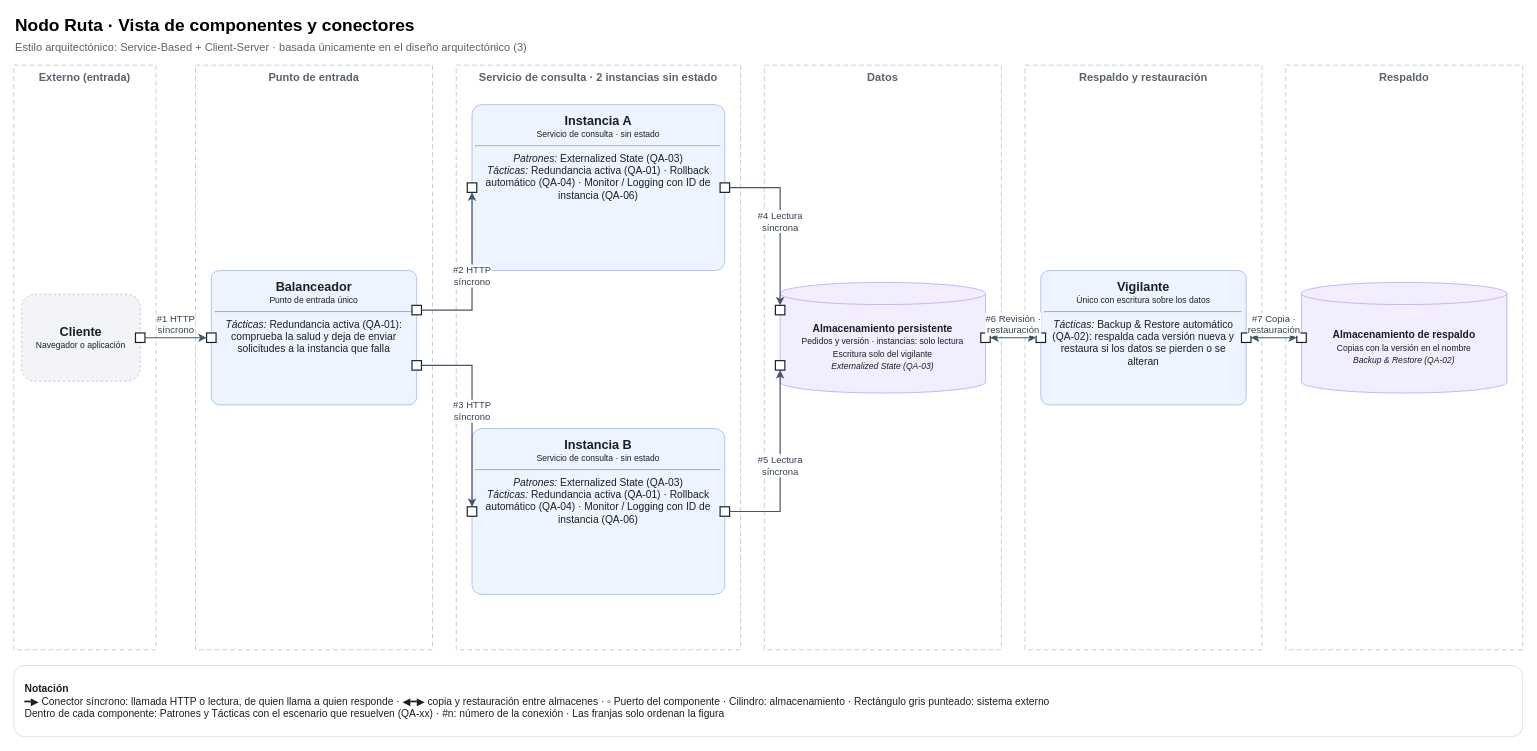
The draw.io diagram architecture-design/C&C.drawio in fabioalvarez/hackaton, before the edit. Source tidied: cells renumbered, new cells numbered last; positions are measured from the earlier drawing's top-left corner, leaving out a move shared by most shapes. Both pictures are drawn from the tidied source at 79%, with x=0, y=0 at pixel (13, 13).
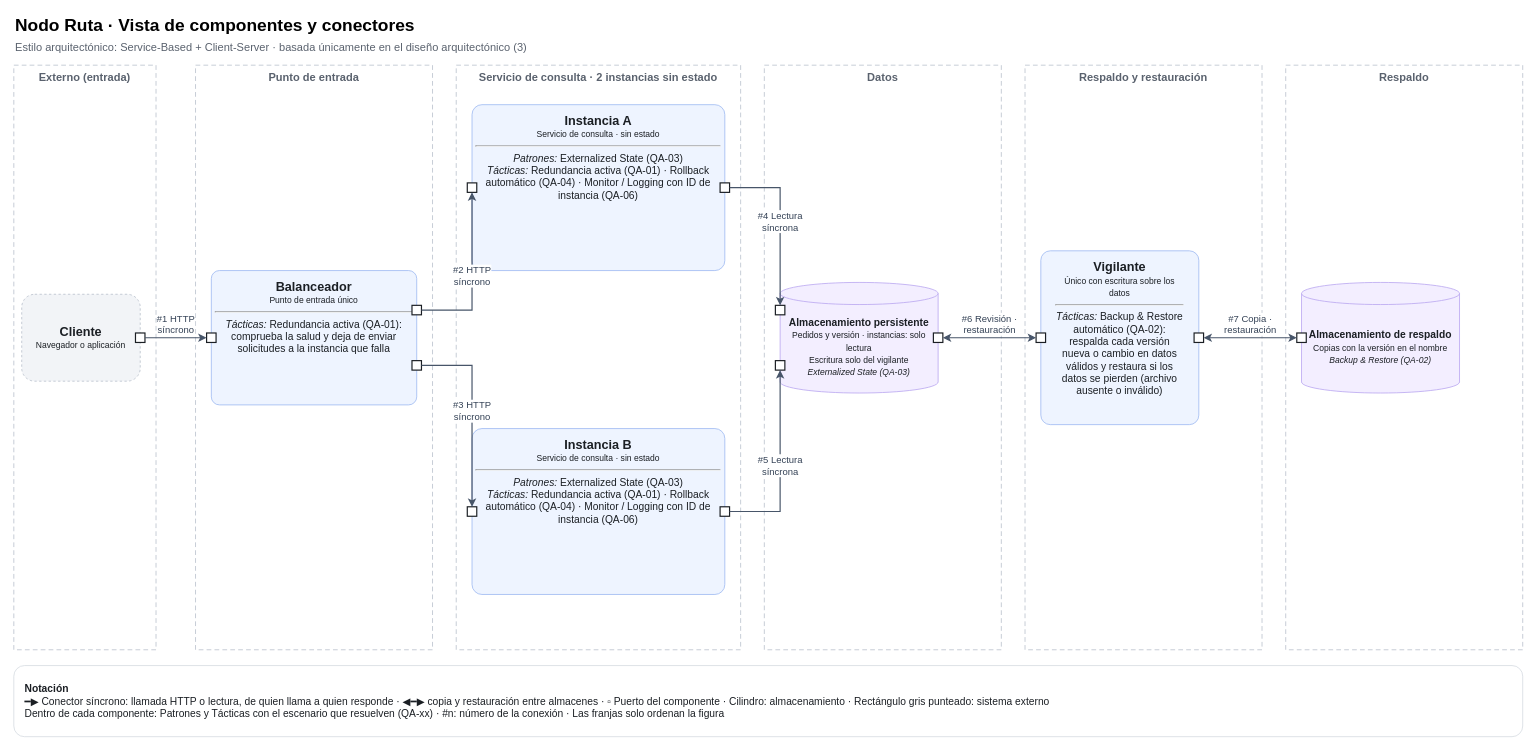
After the change.

Change to the diagram source:
```diff
@@
     <mxCell id="14" value="&lt;b&gt;Almacenamiento persistente&lt;/b&gt;&lt;br&gt;&lt;small&gt;Pedidos y versión · instancias: solo lectura&lt;/small&gt;&lt;br&gt;&lt;small&gt;Escritura solo del vigilante&lt;/small&gt;&lt;br&gt;&lt;i&gt;&lt;small&gt;Externalized State (QA-03)&lt;/small&gt;&lt;/i&gt;" style="shape=cylinder3;boundedLbl=1;backgroundOutline=1;size=14;whiteSpace=wrap;html=1;fillColor=#F3EEFF;strokeColor=#B9A6F0;fontSize=13;fontColor=#1B1F24;" parent="1" vertex="1">
-      <mxGeometry x="970" y="340" width="260" height="140" as="geometry" />
+      <mxGeometry x="970" y="340" width="200" height="140" as="geometry" />
     </mxCell>
     <mxCell id="15" value="&lt;b&gt;Almacenamiento de respaldo&lt;/b&gt;&lt;br&gt;&lt;small&gt;Copias con la versión en el nombre&lt;/small&gt;&lt;br&gt;&lt;i&gt;&lt;small&gt;Backup &amp;amp; Restore (QA-02)&lt;/small&gt;&lt;/i&gt;" style="shape=cylinder3;boundedLbl=1;backgroundOutline=1;size=14;whiteSpace=wrap;html=1;fillColor=#F3EEFF;strokeColor=#B9A6F0;fontSize=13;fontColor=#1B1F24;" parent="1" vertex="1">
-      <mxGeometry x="1630" y="340" width="260" height="140" as="geometry" />
+      <mxGeometry x="1630" y="340" width="200" height="140" as="geometry" />
     </mxCell>
-    <mxCell id="16" value="&lt;b style=&quot;font-size:16px&quot;&gt;Vigilante&lt;/b&gt;&lt;br&gt;&lt;small&gt;Único con escritura sobre los datos&lt;/small&gt;&lt;hr&gt;&lt;i&gt;Tácticas:&lt;/i&gt; Backup &amp;amp; Restore automático (QA-02): respalda cada versión nueva y restaura si los datos se pierden o se alteran" style="rounded=1;arcSize=6;whiteSpace=wrap;html=1;fillColor=#EEF4FF;strokeColor=#9DB8F2;fontSize=13;fontColor=#1B1F24;verticalAlign=top;spacing=6;" parent="1" vertex="1">
-      <mxGeometry x="1300" y="325" width="260" height="170" as="geometry" />
+    <mxCell id="16" value="&lt;b style=&quot;font-size:16px&quot;&gt;Vigilante&lt;/b&gt;&lt;br&gt;&lt;small&gt;Único con escritura sobre los datos&lt;/small&gt;&lt;hr&gt;&lt;i&gt;Tácticas:&lt;/i&gt; Backup &amp;amp; Restore automático (QA-02): respalda cada versión nueva o cambio en datos válidos y restaura si los datos se pierden (archivo ausente o inválido)" style="rounded=1;arcSize=6;whiteSpace=wrap;html=1;fillColor=#EEF4FF;strokeColor=#9DB8F2;fontSize=13;fontColor=#1B1F24;verticalAlign=top;spacing=6;spacingLeft=14;spacingRight=14;" parent="1" vertex="1">
+      <mxGeometry x="1300" y="300" width="200" height="220" as="geometry" />
     </mxCell>
@@
     <mxCell id="27" style="whiteSpace=wrap;html=1;fillColor=#FFFFFF;strokeColor=#1B1F24;strokeWidth=1.5;" parent="1" vertex="1">
-      <mxGeometry x="1224" y="404" width="12" height="12" as="geometry" />
+      <mxGeometry x="1164" y="404" width="12" height="12" as="geometry" />
     </mxCell>
@@
     <mxCell id="29" style="whiteSpace=wrap;html=1;fillColor=#FFFFFF;strokeColor=#1B1F24;strokeWidth=1.5;" parent="1" vertex="1">
-      <mxGeometry x="1554" y="404" width="12" height="12" as="geometry" />
+      <mxGeometry x="1494" y="404" width="12" height="12" as="geometry" />
     </mxCell>
```
